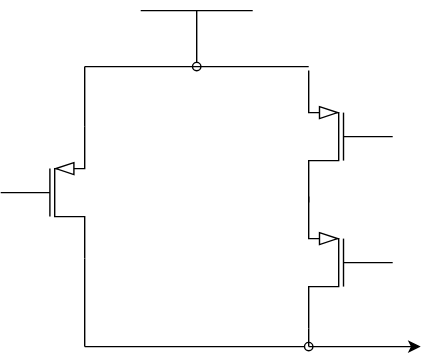
This is drawio/11_abstract.drawio.svg from cd-public/hw_asm, a draw.io export, as it was before one commit. Source tidied: cells renumbered, new cells last; positions are measured from the earlier drawing's top-left corner, leaving out a move shared by most shapes. The source it was exported from:
```xml
<mxGraphModel>
  <root>
    <mxCell id="0" />
    <mxCell id="1" parent="0" />
    <mxCell id="2" style="endArrow=none;html=1;rounded=0;defaultLabelBackgroundColor=gap;" parent="1" edge="1">
      <mxGeometry relative="1" as="geometry">
        <mxPoint x="100" as="sourcePoint" />
        <mxPoint x="180" as="targetPoint" />
      </mxGeometry>
    </mxCell>
    <mxCell id="3" style="endArrow=none;html=1;rounded=0;defaultLabelBackgroundColor=gap;strokeColor=default;startArrow=oval;startFill=0;" parent="1" edge="1">
      <mxGeometry relative="1" as="geometry">
        <mxPoint x="140" y="40" as="sourcePoint" />
        <mxPoint x="140" as="targetPoint" />
      </mxGeometry>
    </mxCell>
    <mxCell id="4" style="endArrow=none;html=1;rounded=0;defaultLabelBackgroundColor=gap;" parent="1" edge="1">
      <mxGeometry relative="1" as="geometry">
        <mxPoint x="60" y="40" as="sourcePoint" />
        <mxPoint x="220" y="40" as="targetPoint" />
      </mxGeometry>
    </mxCell>
    <mxCell id="5" style="verticalLabelPosition=bottom;shadow=0;dashed=0;align=center;html=1;verticalAlign=top;shape=mxgraph.electrical.transistors.pmos;labelPerimeter=1;" parent="1" vertex="1">
      <mxGeometry y="80" width="60" height="100" as="geometry" />
    </mxCell>
    <mxCell id="6" style="verticalLabelPosition=bottom;shadow=0;dashed=0;align=center;html=1;verticalAlign=top;shape=mxgraph.electrical.transistors.pmos;labelPerimeter=1;flipH=1;legacyAnchorPoints=0;" parent="1" vertex="1">
      <mxGeometry x="220" y="40" width="60" height="100" as="geometry" />
    </mxCell>
    <mxCell id="7" style="verticalLabelPosition=bottom;shadow=0;dashed=0;align=center;html=1;verticalAlign=top;shape=mxgraph.electrical.transistors.pmos;labelPerimeter=1;flipH=1;legacyAnchorPoints=0;" parent="1" vertex="1">
      <mxGeometry x="220" y="130" width="60" height="100" as="geometry" />
    </mxCell>
    <mxCell id="8" style="endArrow=none;html=1;rounded=0;defaultLabelBackgroundColor=gap;exitX=1;exitY=0;exitDx=0;exitDy=0;exitPerimeter=0;" parent="1" edge="1" source="5">
      <mxGeometry relative="1" as="geometry">
        <mxPoint x="60" y="40" as="targetPoint" />
      </mxGeometry>
    </mxCell>
    <mxCell id="9" style="endArrow=none;html=1;rounded=0;defaultLabelBackgroundColor=gap;entryX=1;entryY=1;entryDx=0;entryDy=0;entryPerimeter=0;" parent="1" edge="1" target="5">
      <mxGeometry relative="1" as="geometry">
        <mxPoint x="60" y="240" as="sourcePoint" />
      </mxGeometry>
    </mxCell>
    <mxCell id="10" style="endArrow=none;html=1;rounded=0;defaultLabelBackgroundColor=gap;startArrow=oval;startFill=0;" parent="1" edge="1">
      <mxGeometry relative="1" as="geometry">
        <mxPoint x="220" y="240" as="sourcePoint" />
        <mxPoint x="60" y="240" as="targetPoint" />
      </mxGeometry>
    </mxCell>
    <mxCell id="11" style="endArrow=none;html=1;rounded=0;defaultLabelBackgroundColor=gap;exitX=1;exitY=1;exitDx=0;exitDy=0;exitPerimeter=0;" parent="1" edge="1" source="7">
      <mxGeometry relative="1" as="geometry">
        <mxPoint x="220" y="240" as="targetPoint" />
      </mxGeometry>
    </mxCell>
    <mxCell id="12" style="endArrow=classic;html=1;rounded=0;defaultLabelBackgroundColor=gap;" parent="1" edge="1">
      <mxGeometry relative="1" as="geometry">
        <mxPoint x="220" y="240" as="sourcePoint" />
        <mxPoint x="300" y="240" as="targetPoint" />
      </mxGeometry>
    </mxCell>
  </root>
</mxGraphModel>
```
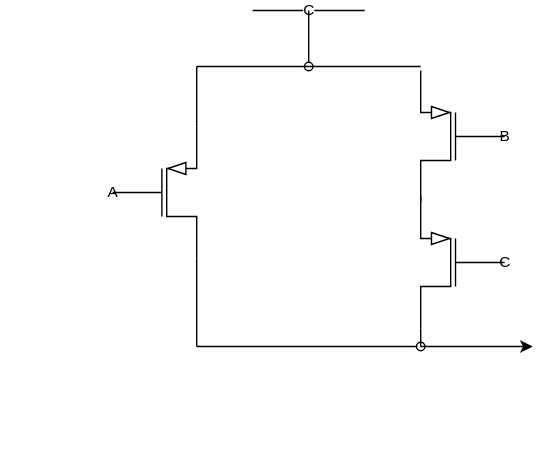
After the change.

Diff of the diagram source:
```diff
@@ -2,7 +2,7 @@
   <root>
     <mxCell id="0" />
     <mxCell id="1" parent="0" />
-    <mxCell id="2" style="endArrow=none;html=1;rounded=0;defaultLabelBackgroundColor=gap;" parent="1" edge="1">
+    <mxCell id="2" value="C" style="endArrow=none;html=1;rounded=0;defaultLabelBackgroundColor=gap;" parent="1" edge="1">
       <mxGeometry relative="1" as="geometry">
         <mxPoint x="100" as="sourcePoint" />
         <mxPoint x="180" as="targetPoint" />
@@ -56,5 +56,22 @@
         <mxPoint x="300" y="240" as="targetPoint" />
       </mxGeometry>
     </mxCell>
+    <mxCell id="13" value="A" style="endArrow=none;html=1;rounded=0;defaultLabelBackgroundColor=gap;entryX=0;entryY=0.5;entryDx=0;entryDy=0;entryPerimeter=0;exitX=0;exitY=0.5;exitDx=0;exitDy=0;exitPerimeter=0;" parent="1" edge="1" source="5" target="5">
+      <mxGeometry relative="1" as="geometry" />
+    </mxCell>
+    <mxCell id="14" value="B" style="endArrow=none;html=1;rounded=0;defaultLabelBackgroundColor=gap;entryX=0;entryY=0.5;entryDx=0;entryDy=0;entryPerimeter=0;exitX=0;exitY=0.5;exitDx=0;exitDy=0;exitPerimeter=0;" parent="1" edge="1">
+      <mxGeometry y="427" relative="1" as="geometry">
+        <mxPoint x="-80" y="320" as="sourcePoint" />
+        <mxPoint x="-80" y="320" as="targetPoint" />
+        <mxPoint x="360" y="-230" as="offset" />
+      </mxGeometry>
+    </mxCell>
+    <mxCell id="15" value="C" style="endArrow=none;html=1;rounded=0;defaultLabelBackgroundColor=gap;entryX=0;entryY=0.5;entryDx=0;entryDy=0;entryPerimeter=0;exitX=0;exitY=0.5;exitDx=0;exitDy=0;exitPerimeter=0;" parent="1" edge="1" source="7" target="7">
+      <mxGeometry x="-1" relative="1" as="geometry">
+        <Array as="points">
+          <mxPoint x="280" y="180" />
+        </Array>
+      </mxGeometry>
+    </mxCell>
   </root>
 </mxGraphModel>
```
